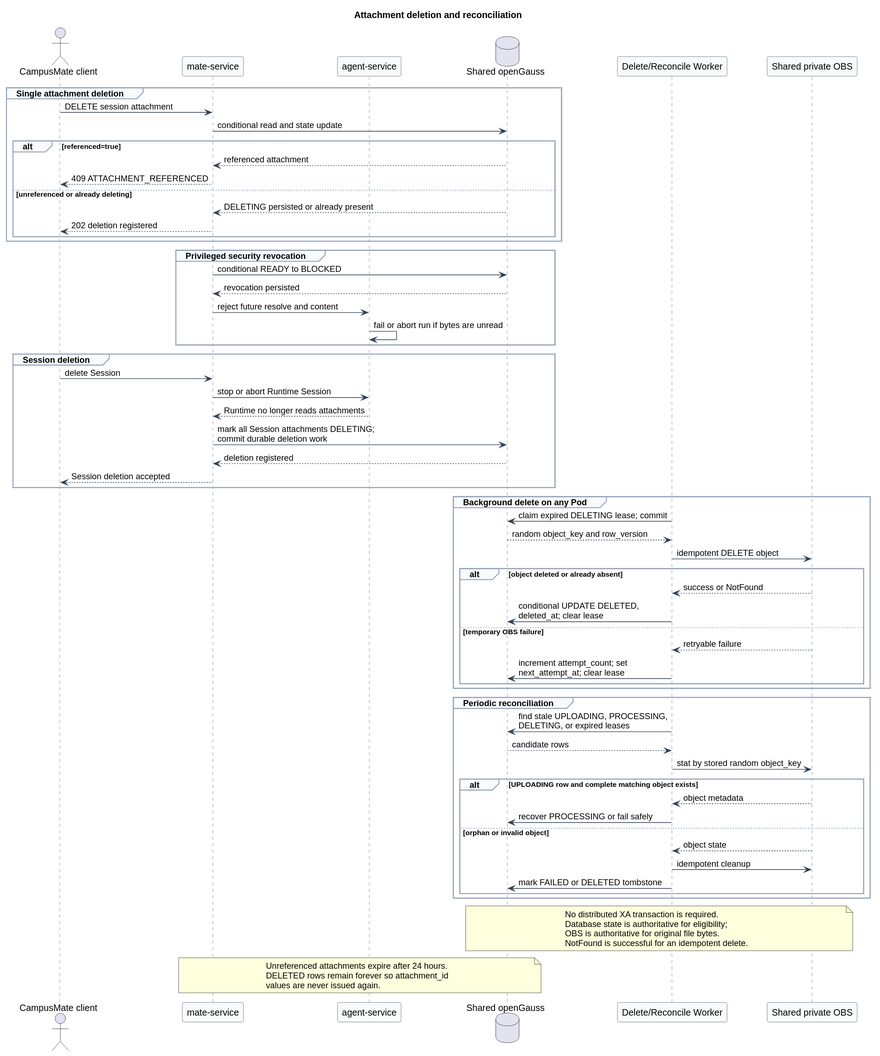
Earlier version of the PlantUML export campusmate-attachment-service/attachment_deletion_and_reconciliation.svg (superheromeZzh/pi-mono-java-design). The source it was exported from:
```plantuml
@startuml
title Attachment deletion and reconciliation


skinparam backgroundColor #FFFFFF
skinparam shadowing false
skinparam defaultFontName Arial
skinparam sequence {
  ArrowColor #334155
  LifeLineBorderColor #64748B
  LifeLineBackgroundColor #F8FAFC
  ParticipantBorderColor #475569
  ParticipantBackgroundColor #F8FAFC
  GroupBorderColor #94A3B8
  GroupBackgroundColor #F8FAFC
}

actor "CampusMate client" as Client
participant "mate-service" as Mate
participant "agent-service" as Agent
database "Shared openGauss" as DB
participant "Delete/Reconcile Worker" as Worker
participant "Shared private OBS" as OBS

group Single attachment deletion
  Client -> Mate : DELETE session attachment
  Mate -> DB : conditional read and state update
  alt referenced=true
    DB --> Mate : referenced attachment
    Mate --> Client : 409 ATTACHMENT_REFERENCED
  else unreferenced or already deleting
    DB --> Mate : DELETING persisted or already present
    Mate --> Client : 202 deletion registered
  end
end

group Privileged security revocation
  Mate -> DB : conditional READY to BLOCKED
  DB --> Mate : revocation persisted
  Mate -> Agent : reject future resolve and content
  Agent -> Agent : fail or abort run if bytes are unread
end

group Session deletion
  Client -> Mate : delete Session
  Mate -> Agent : stop or abort Runtime Session
  Agent --> Mate : Runtime no longer reads attachments
  Mate -> DB : mark all Session attachments DELETING;\ncommit durable deletion work
  DB --> Mate : deletion registered
  Mate --> Client : Session deletion accepted
end

group Background delete on any Pod
  Worker -> DB : claim expired DELETING lease; commit
  DB --> Worker : random object_key and row_version
  Worker -> OBS : idempotent DELETE object
  alt object deleted or already absent
    OBS --> Worker : success or NotFound
    Worker -> DB : conditional UPDATE DELETED,\ndeleted_at; clear lease
  else temporary OBS failure
    OBS --> Worker : retryable failure
    Worker -> DB : increment attempt_count; set\nnext_attempt_at; clear lease
  end
end

group Periodic reconciliation
  Worker -> DB : find stale UPLOADING, PROCESSING,\nDELETING, or expired leases
  DB --> Worker : candidate rows
  Worker -> OBS : stat by stored random object_key
  alt UPLOADING row and complete matching object exists
    OBS --> Worker : object metadata
    Worker -> DB : recover PROCESSING or fail safely
  else orphan or invalid object
    OBS --> Worker : object state
    Worker -> OBS : idempotent cleanup
    Worker -> DB : mark FAILED or DELETED tombstone
  end
end

note over DB,OBS
No distributed XA transaction is required.
Database state is authoritative for eligibility;
OBS is authoritative for original file bytes.
NotFound is successful for an idempotent delete.
end note

note over Mate,DB
Unreferenced attachments expire after 24 hours.
DELETED rows remain forever so attachment_id
values are never issued again.
end note
@enduml
```
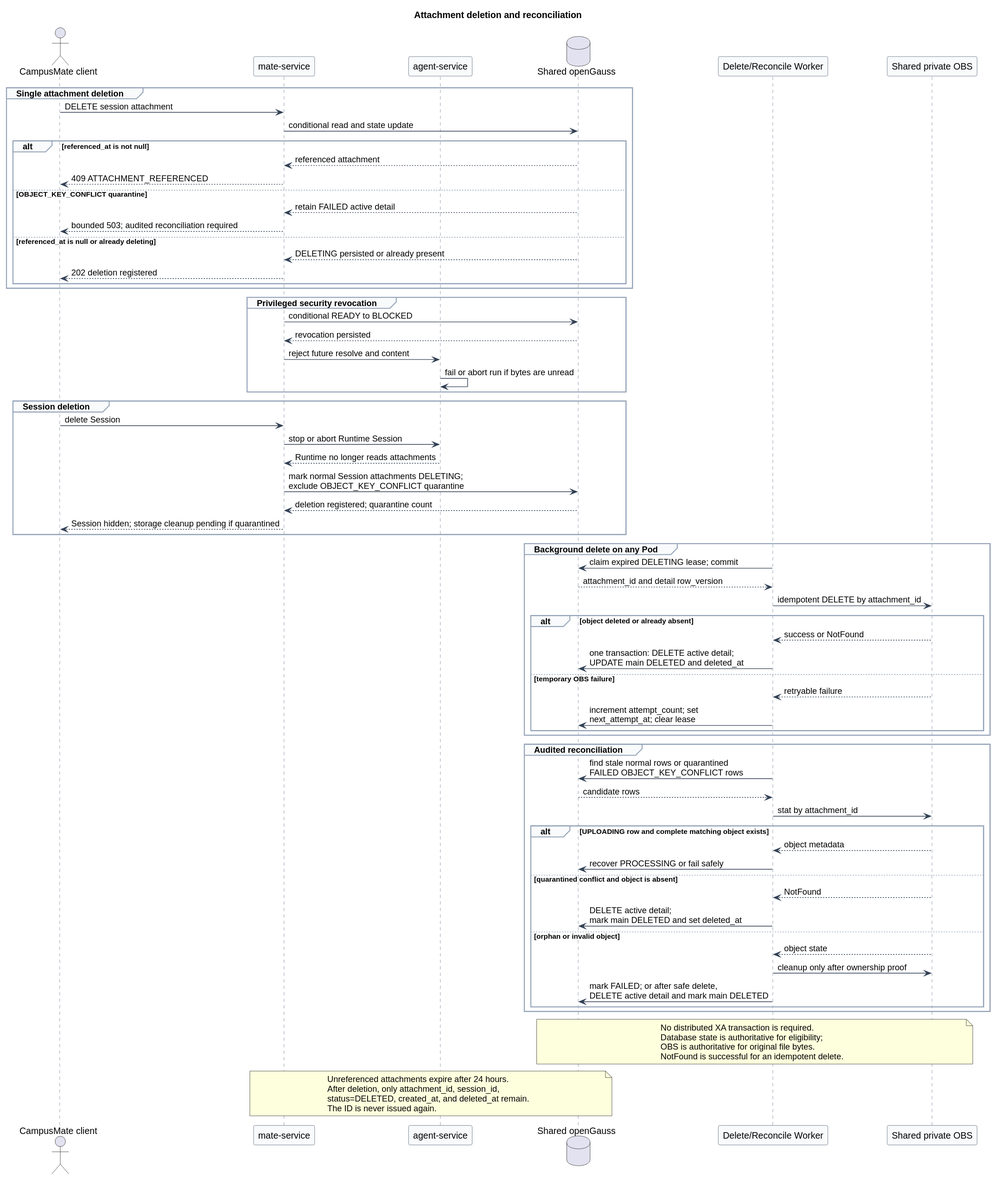
After the commit.

What changed in the source:
```diff
@@ -25,10 +25,13 @@
 group Single attachment deletion
   Client -> Mate : DELETE session attachment
   Mate -> DB : conditional read and state update
-  alt referenced=true
+  alt referenced_at is not null
     DB --> Mate : referenced attachment
     Mate --> Client : 409 ATTACHMENT_REFERENCED
-  else unreferenced or already deleting
+  else OBJECT_KEY_CONFLICT quarantine
+    DB --> Mate : retain FAILED active detail
+    Mate --> Client : bounded 503; audited reconciliation required
+  else referenced_at is null or already deleting
     DB --> Mate : DELETING persisted or already present
     Mate --> Client : 202 deletion registered
   end
@@ -45,35 +48,38 @@
   Client -> Mate : delete Session
   Mate -> Agent : stop or abort Runtime Session
   Agent --> Mate : Runtime no longer reads attachments
-  Mate -> DB : mark all Session attachments DELETING;\ncommit durable deletion work
-  DB --> Mate : deletion registered
-  Mate --> Client : Session deletion accepted
+  Mate -> DB : mark normal Session attachments DELETING;\nexclude OBJECT_KEY_CONFLICT quarantine
+  DB --> Mate : deletion registered; quarantine count
+  Mate --> Client : Session hidden; storage cleanup pending if quarantined
 end
 
 group Background delete on any Pod
   Worker -> DB : claim expired DELETING lease; commit
-  DB --> Worker : random object_key and row_version
-  Worker -> OBS : idempotent DELETE object
+  DB --> Worker : attachment_id and detail row_version
+  Worker -> OBS : idempotent DELETE by attachment_id
   alt object deleted or already absent
     OBS --> Worker : success or NotFound
-    Worker -> DB : conditional UPDATE DELETED,\ndeleted_at; clear lease
+    Worker -> DB : one transaction: DELETE active detail;\nUPDATE main DELETED and deleted_at
   else temporary OBS failure
     OBS --> Worker : retryable failure
     Worker -> DB : increment attempt_count; set\nnext_attempt_at; clear lease
   end
 end
 
-group Periodic reconciliation
-  Worker -> DB : find stale UPLOADING, PROCESSING,\nDELETING, or expired leases
+group Audited reconciliation
+  Worker -> DB : find stale normal rows or quarantined\nFAILED OBJECT_KEY_CONFLICT rows
   DB --> Worker : candidate rows
-  Worker -> OBS : stat by stored random object_key
+  Worker -> OBS : stat by attachment_id
   alt UPLOADING row and complete matching object exists
     OBS --> Worker : object metadata
     Worker -> DB : recover PROCESSING or fail safely
+  else quarantined conflict and object is absent
+    OBS --> Worker : NotFound
+    Worker -> DB : DELETE active detail;\nmark main DELETED and set deleted_at
   else orphan or invalid object
     OBS --> Worker : object state
-    Worker -> OBS : idempotent cleanup
-    Worker -> DB : mark FAILED or DELETED tombstone
+    Worker -> OBS : cleanup only after ownership proof
+    Worker -> DB : mark FAILED; or after safe delete,\nDELETE active detail and mark main DELETED
   end
 end
 
@@ -86,7 +92,8 @@
 
 note over Mate,DB
 Unreferenced attachments expire after 24 hours.
-DELETED rows remain forever so attachment_id
-values are never issued again.
+After deletion, only attachment_id, session_id,
+status=DELETED, created_at, and deleted_at remain.
+The ID is never issued again.
 end note
 @enduml
```
